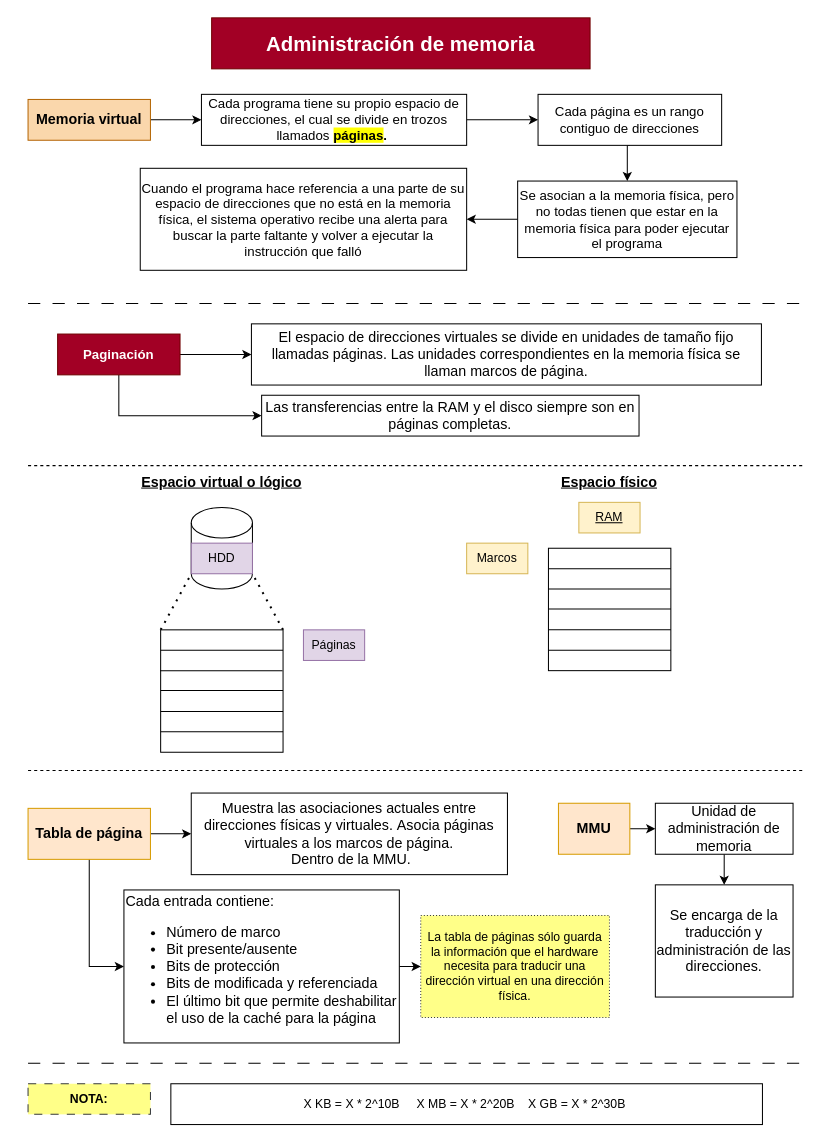
Before: page "Página-1" (2 of 4) of Sistemas Operativos 1/Clase 5 - Administración de memoria.drawio in RMSabrina/Apuntes-Universitarios, a draw.io diagram. Source tidied: cells renumbered, new cells numbered last; positions are measured from the earlier drawing's top-left corner, leaving out a move shared by most shapes. Both pictures are drawn from the tidied source at 102%, with x=0, y=0 at pixel (28, 17).
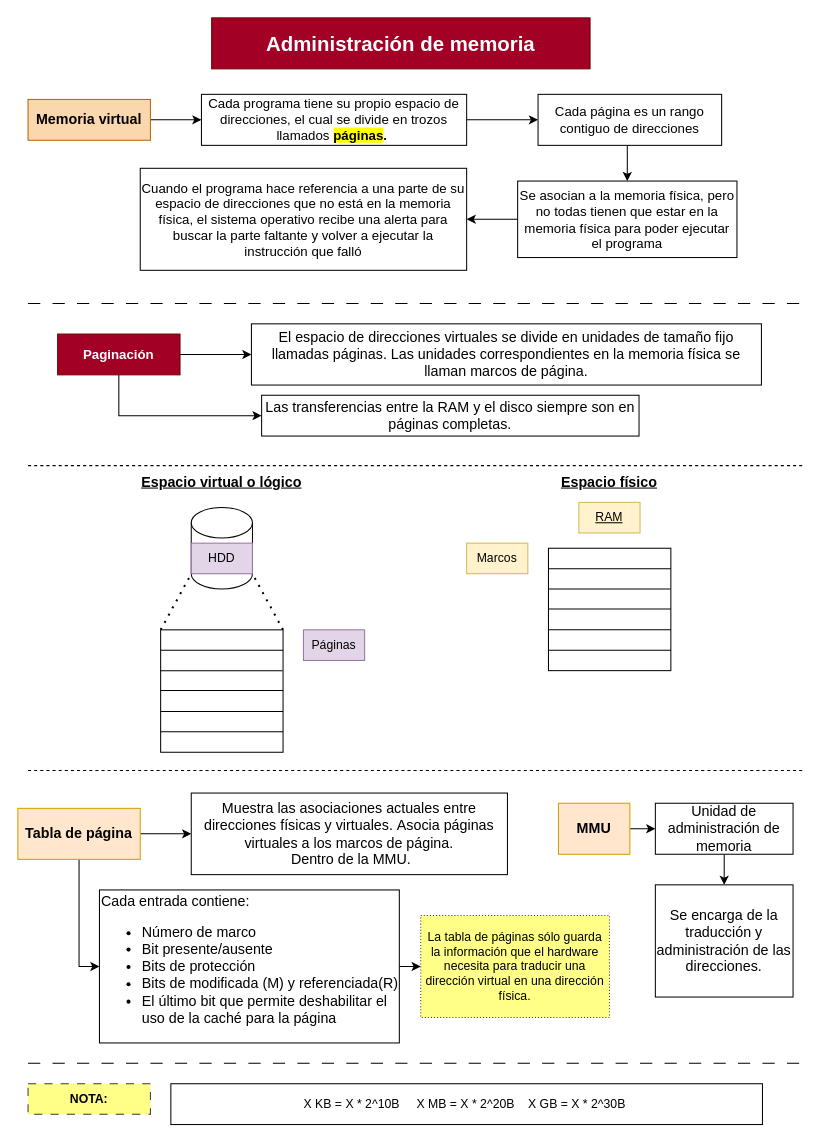
The same page after the edit.

What changed in the source:
```diff
@@
     <mxCell id="44" value="Tabla de página" style="text;html=1;strokeColor=#d79b00;fillColor=#ffe6cc;align=center;verticalAlign=middle;whiteSpace=wrap;rounded=0;fontSize=14;fontStyle=1;rotation=0;horizontal=1;" parent="1" vertex="1">
-      <mxGeometry y="775" width="120" height="50" as="geometry" />
+      <mxGeometry x="-10" y="775" width="120" height="50" as="geometry" />
     </mxCell>
@@
-    <mxCell id="52" value="&lt;span style=&quot;font-weight: normal; font-size: 14px;&quot;&gt;Cada entrada contiene:&amp;nbsp;&lt;br style=&quot;font-size: 14px;&quot;&gt;&lt;ul style=&quot;font-size: 14px;&quot;&gt;&lt;li style=&quot;font-size: 14px;&quot;&gt;&lt;span style=&quot;font-weight: normal; font-size: 14px;&quot;&gt;Número de marco&lt;/span&gt;&lt;/li&gt;&lt;li style=&quot;font-size: 14px;&quot;&gt;&lt;span style=&quot;font-weight: normal; font-size: 14px;&quot;&gt;Bit presente/ausente&lt;/span&gt;&lt;/li&gt;&lt;li style=&quot;font-size: 14px;&quot;&gt;&lt;span style=&quot;font-weight: normal; font-size: 14px;&quot;&gt;Bits de protección&lt;/span&gt;&lt;/li&gt;&lt;li style=&quot;font-size: 14px;&quot;&gt;&lt;span style=&quot;font-weight: normal; font-size: 14px;&quot;&gt;Bits de modificada y referenciada&lt;/span&gt;&lt;/li&gt;&lt;li style=&quot;font-size: 14px;&quot;&gt;&lt;span style=&quot;font-weight: normal; font-size: 14px;&quot;&gt;El último bit que permite deshabilitar el uso de la caché para la página&lt;/span&gt;&lt;/li&gt;&lt;/ul&gt;&lt;/span&gt;" style="text;html=1;align=left;verticalAlign=middle;whiteSpace=wrap;rounded=0;fontSize=14;fontStyle=1;rotation=0;horizontal=1;strokeColor=default;fillColor=default;" parent="1" vertex="1">
-      <mxGeometry x="94" y="855" width="270" height="150" as="geometry" />
+    <mxCell id="52" value="&lt;span style=&quot;font-weight: normal; font-size: 14px;&quot;&gt;Cada entrada contiene:&amp;nbsp;&lt;br style=&quot;font-size: 14px;&quot;&gt;&lt;ul style=&quot;font-size: 14px;&quot;&gt;&lt;li style=&quot;font-size: 14px;&quot;&gt;&lt;span style=&quot;font-weight: normal; font-size: 14px;&quot;&gt;Número de marco&lt;/span&gt;&lt;/li&gt;&lt;li style=&quot;font-size: 14px;&quot;&gt;&lt;span style=&quot;font-weight: normal; font-size: 14px;&quot;&gt;Bit presente/ausente&lt;/span&gt;&lt;/li&gt;&lt;li style=&quot;font-size: 14px;&quot;&gt;&lt;span style=&quot;font-weight: normal; font-size: 14px;&quot;&gt;Bits de protección&lt;/span&gt;&lt;/li&gt;&lt;li style=&quot;font-size: 14px;&quot;&gt;&lt;span style=&quot;font-weight: normal; font-size: 14px;&quot;&gt;Bits de modificada (M) y referenciada(R)&lt;/span&gt;&lt;/li&gt;&lt;li style=&quot;font-size: 14px;&quot;&gt;&lt;span style=&quot;font-weight: normal; font-size: 14px;&quot;&gt;El último bit que permite deshabilitar el uso de la caché para la página&lt;/span&gt;&lt;/li&gt;&lt;/ul&gt;&lt;/span&gt;" style="text;html=1;align=left;verticalAlign=middle;whiteSpace=wrap;rounded=0;fontSize=14;fontStyle=1;rotation=0;horizontal=1;strokeColor=default;fillColor=default;" parent="1" vertex="1">
+      <mxGeometry x="70" y="855" width="294" height="150" as="geometry" />
     </mxCell>
```
